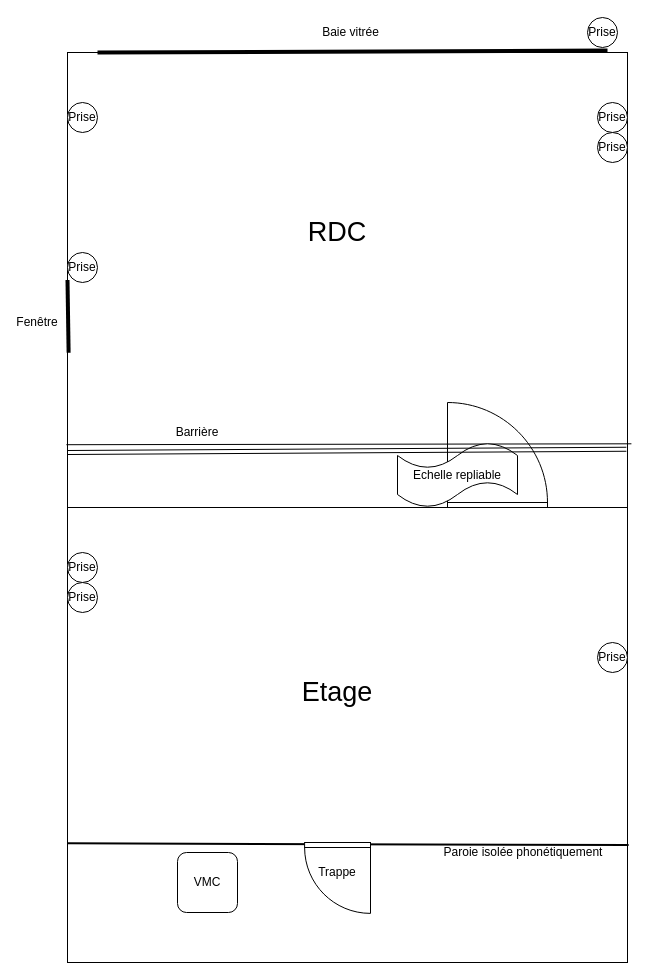
This is page "Page-2" (2 of 2) of dossier/Installation.drawio from docv266/Installation, a draw.io file, before an edit. Source tidied: cells renumbered, new cells numbered last; positions are measured from the earlier drawing's top-left corner, leaving out a move shared by most shapes. Both pictures are drawn from the tidied source at 100%, with x=0, y=0 at pixel (17, 17).
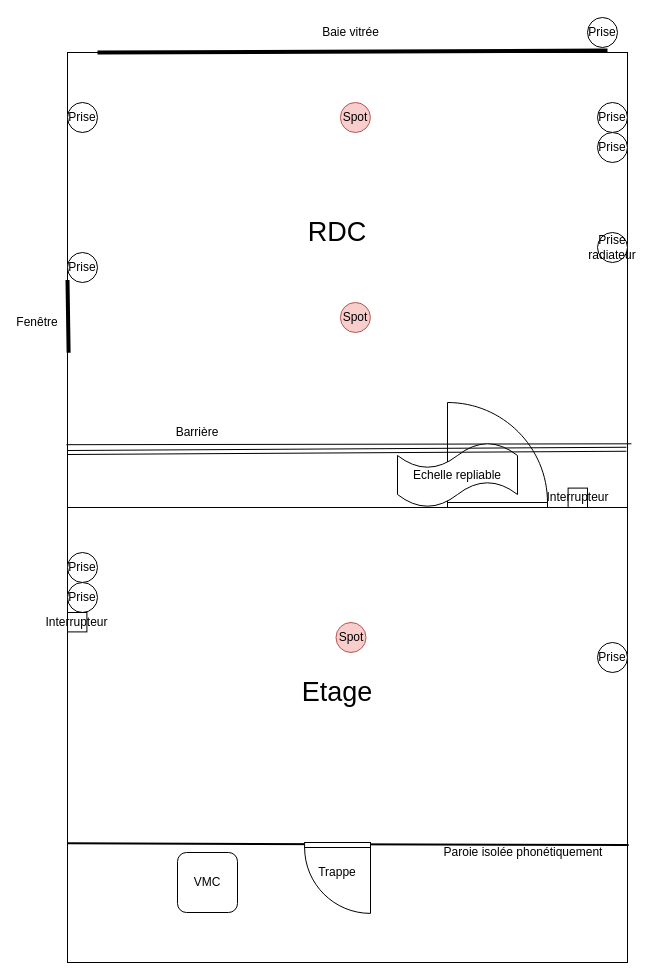
The same page after the edit.

Change to the diagram source:
```diff
@@
+    <mxCell id="28" value="Prise radiateur" style="ellipse;whiteSpace=wrap;html=1;" parent="1" vertex="1">
+      <mxGeometry x="580" y="215" width="30" height="30" as="geometry" />
+    </mxCell>
+    <mxCell id="29" value="Interrupteur" style="whiteSpace=wrap;html=1;" parent="1" vertex="1">
+      <mxGeometry x="550.6" y="470.6" width="19.4" height="19.4" as="geometry" />
+    </mxCell>
+    <mxCell id="30" value="Interrupteur" style="whiteSpace=wrap;html=1;" parent="1" vertex="1">
+      <mxGeometry x="50" y="595" width="19.4" height="19.4" as="geometry" />
+    </mxCell>
+    <mxCell id="31" value="Spot" style="ellipse;whiteSpace=wrap;html=1;fillColor=#f8cecc;strokeColor=#b85450;" parent="1" vertex="1">
+      <mxGeometry x="322.9" y="85" width="30" height="30" as="geometry" />
+    </mxCell>
+    <mxCell id="32" value="Spot" style="ellipse;whiteSpace=wrap;html=1;fillColor=#f8cecc;strokeColor=#b85450;" parent="1" vertex="1">
+      <mxGeometry x="322.9" y="285" width="30" height="30" as="geometry" />
+    </mxCell>
+    <mxCell id="33" value="Spot" style="ellipse;whiteSpace=wrap;html=1;fillColor=#f8cecc;strokeColor=#b85450;" parent="1" vertex="1">
+      <mxGeometry x="318.5" y="605" width="30" height="30" as="geometry" />
+    </mxCell>
```
